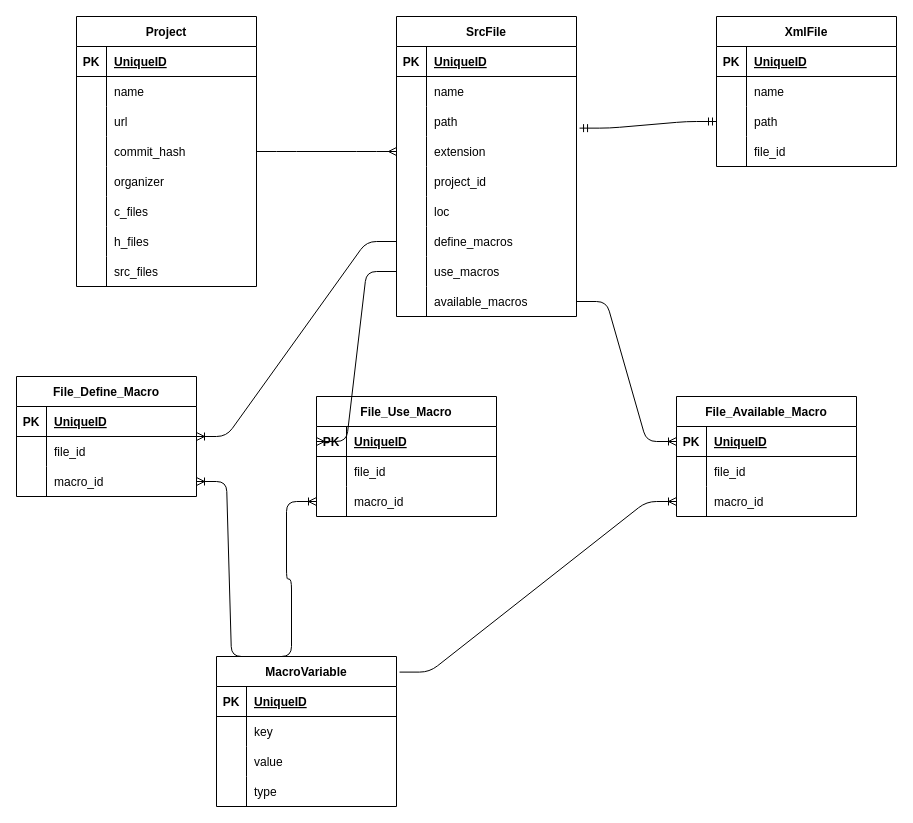
The draw.io diagram table.drawio in tamofplease/c_macro_variable_analysis, before the edit. Source tidied: cells renumbered, new cells numbered last; positions are measured from the earlier drawing's top-left corner, leaving out a move shared by most shapes. Both pictures are drawn from the tidied source at 100%, with x=0, y=0 at pixel (16, 16).
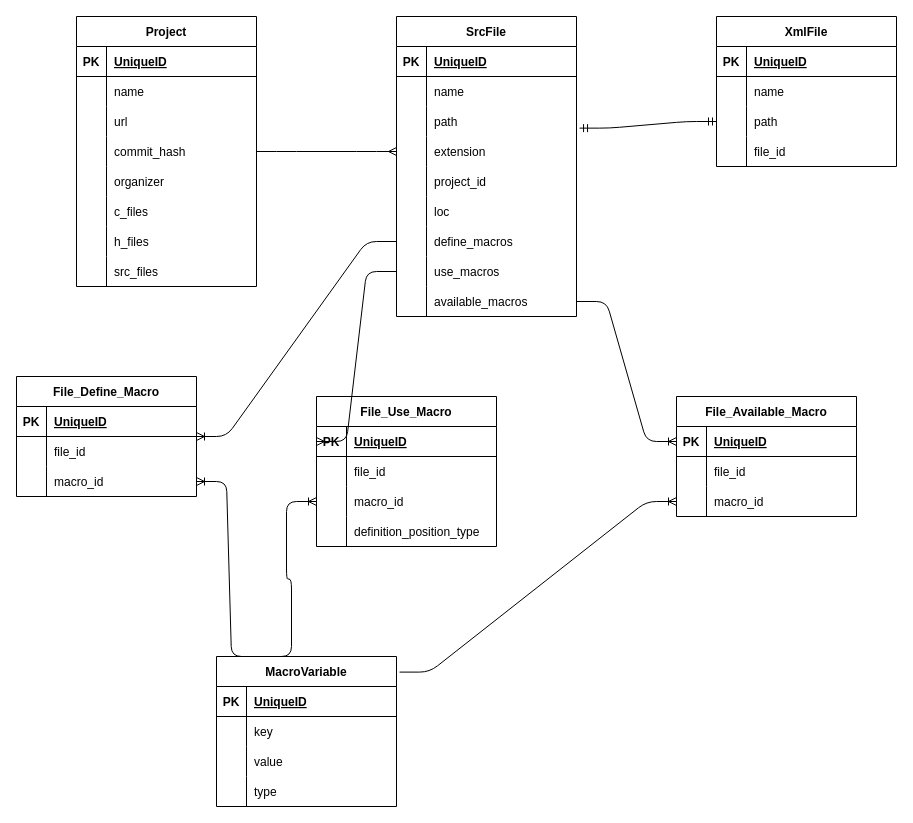
The same page after the edit.

Diff of the diagram source:
```diff
@@
     <mxCell id="93" value="File_Use_Macro" style="shape=table;startSize=30;childLayout=tableLayout;rowLines=0;fontStyle=1;align=center;" parent="1" vertex="1">
-      <mxGeometry x="300" y="380" width="180" height="120" as="geometry" />
+      <mxGeometry x="300" y="380" width="180" height="150" as="geometry" />
     </mxCell>
@@
+    <mxCell id="119" style="shape=tableRow;horizontal=0;startSize=0;swimlaneHead=0;swimlaneBody=0;fillColor=none;top=0;left=0;right=0;bottom=0;" parent="93" vertex="1">
+      <mxGeometry y="120" width="180" height="30" as="geometry" />
+    </mxCell>
+    <mxCell id="120" style="shape=partialRectangle;fillColor=none;top=0;left=0;bottom=0;right=0;overflow=hidden;" parent="119" vertex="1">
+      <mxGeometry width="30" height="30" as="geometry" />
+    </mxCell>
+    <mxCell id="121" value="definition_position_type" style="shape=partialRectangle;fillColor=none;top=0;left=0;bottom=0;right=0;align=left;spacingLeft=6;overflow=hidden;" parent="119" vertex="1">
+      <mxGeometry x="30" width="150" height="30" as="geometry" />
+    </mxCell>
```
